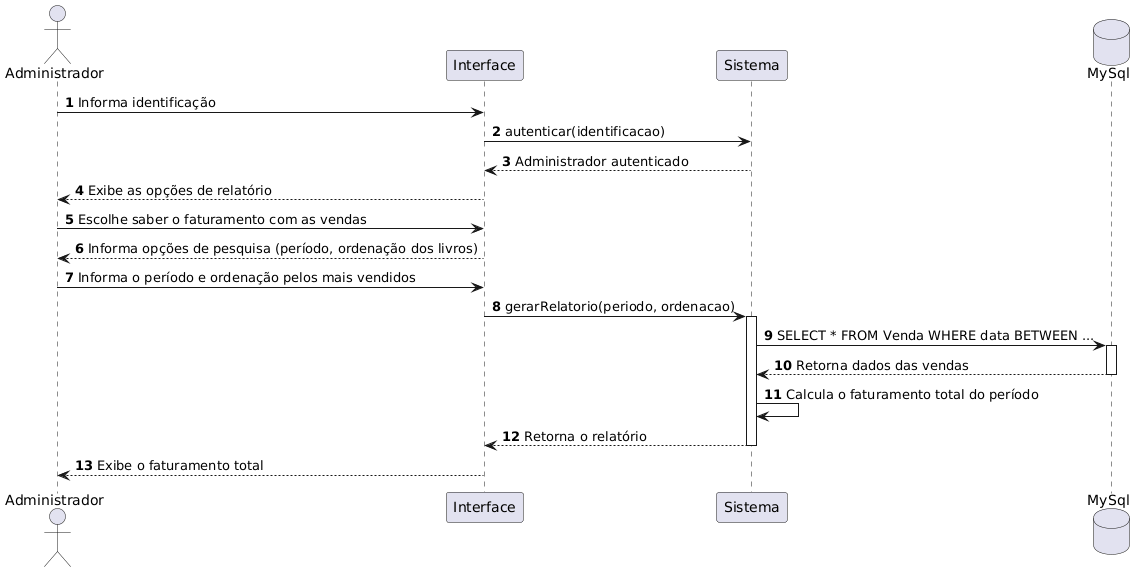
Gnunes27/Projeto-DSC keeps this PlantUML diagram as Documentação/Diagramas/Diagramas de Sequencia/UC5.png. Above is the earlier version. Source of this version:
```plantuml
@startuml
autonumber

actor "Administrador" as Adm
participant "Interface" as Tela
participant "Sistema" as Sis
database "MySql" as BD

Adm -> Tela: Informa identificação
Tela -> Sis: autenticar(identificacao)
Sis --> Tela: Administrador autenticado
Tela --> Adm: Exibe as opções de relatório

Adm -> Tela: Escolhe saber o faturamento com as vendas
Tela --> Adm: Informa opções de pesquisa (período, ordenação dos livros)


Adm -> Tela: Informa o período e ordenação pelos mais vendidos
Tela -> Sis: gerarRelatorio(periodo, ordenacao)
activate Sis


Sis -> BD: SELECT * FROM Venda WHERE data BETWEEN ...
activate BD
BD --> Sis: Retorna dados das vendas
deactivate BD

Sis -> Sis: Calcula o faturamento total do período
Sis --> Tela: Retorna o relatório
deactivate Sis

Tela --> Adm: Exibe o faturamento total
@enduml
```
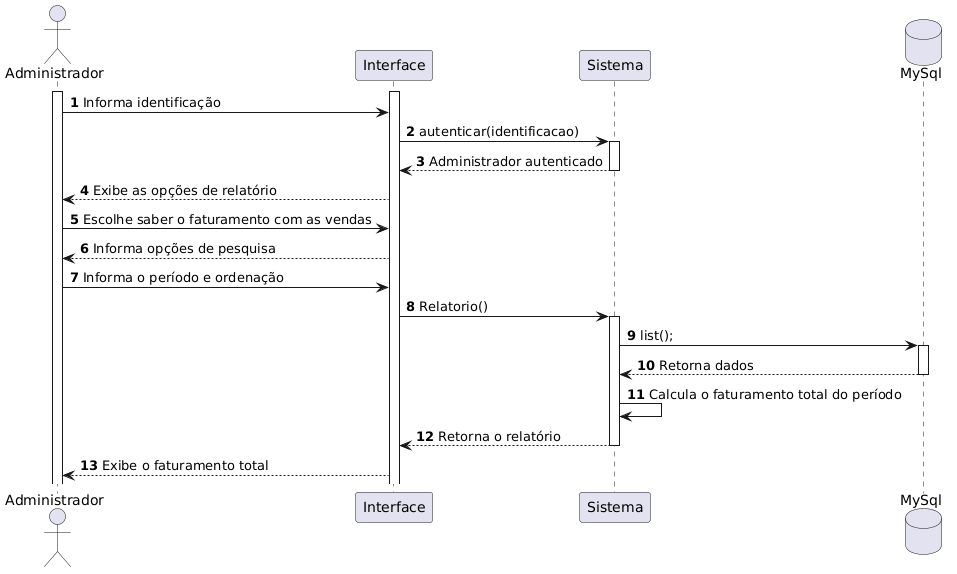
After the change.

Change to the diagram source:
```diff
@@ -6,23 +6,26 @@
 participant "Sistema" as Sis
 database "MySql" as BD
 
+activate Adm
+activate Tela
+
 Adm -> Tela: Informa identificação
 Tela -> Sis: autenticar(identificacao)
+activate Sis
 Sis --> Tela: Administrador autenticado
+deactivate Sis
 Tela --> Adm: Exibe as opções de relatório
 
 Adm -> Tela: Escolhe saber o faturamento com as vendas
-Tela --> Adm: Informa opções de pesquisa (período, ordenação dos livros)
+Tela --> Adm: Informa opções de pesquisa
 
-
-Adm -> Tela: Informa o período e ordenação pelos mais vendidos
-Tela -> Sis: gerarRelatorio(periodo, ordenacao)
+Adm -> Tela: Informa o período e ordenação
+Tela -> Sis: Relatorio()
 activate Sis
 
-
-Sis -> BD: SELECT * FROM Venda WHERE data BETWEEN ...
+Sis -> BD: list();
 activate BD
-BD --> Sis: Retorna dados das vendas
+BD --> Sis: Retorna dados
 deactivate BD
 
 Sis -> Sis: Calcula o faturamento total do período
```
